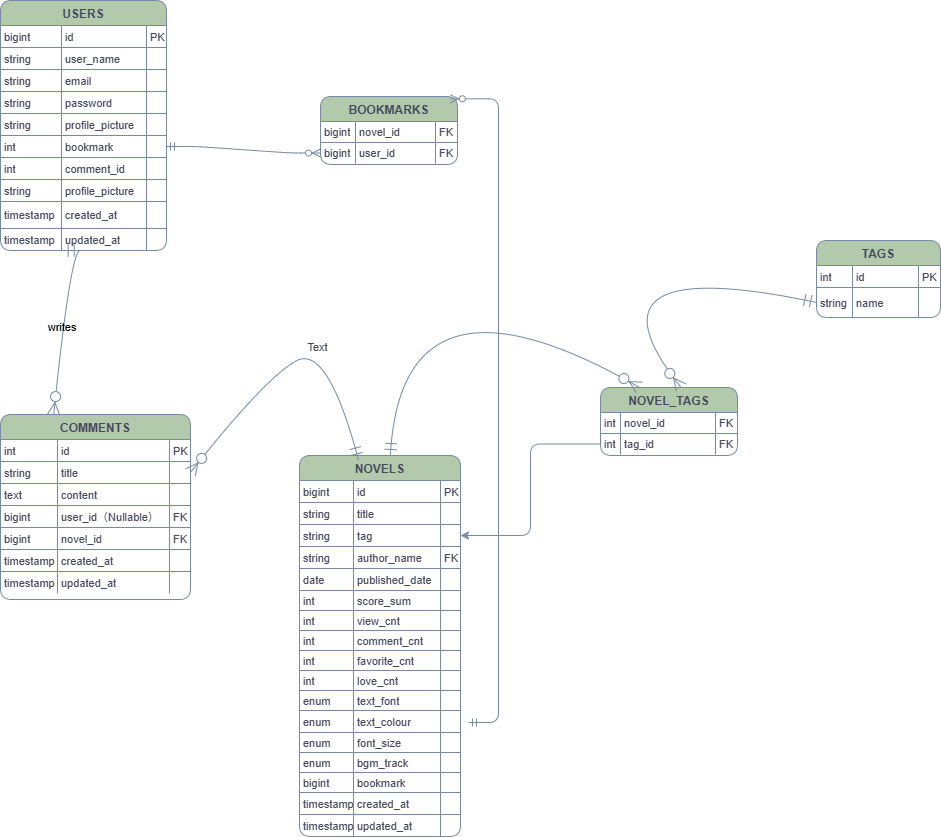
Earlier version of the draw.io export 名称未設定ファイル.drawio.png (SYSTEMA556/NOVEL). Source tidied: cells renumbered, new cells last; positions are measured from the earlier drawing's top-left corner, leaving out a move shared by most shapes.
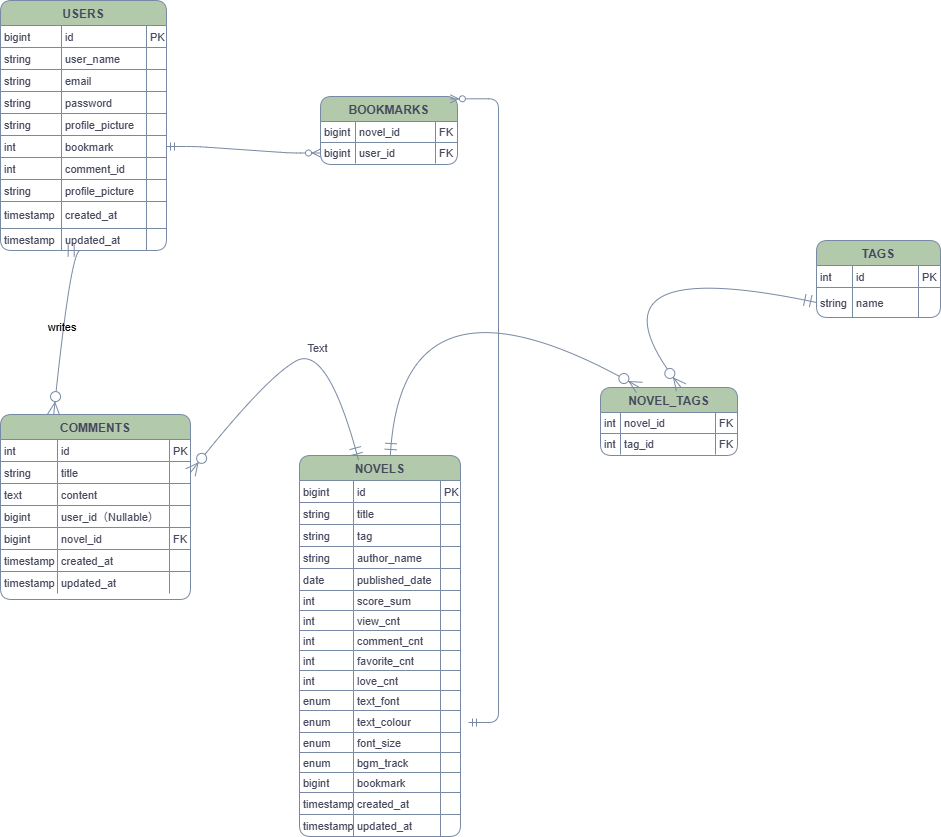
After the commit.

Commit message:
名称未設定ファイル.drawio.png を更新します

What changed in the source:
```diff
@@ -173,7 +173,7 @@
     <mxCell id="58" value="author_name" style="shape=partialRectangle;fillColor=none;top=0;left=0;bottom=0;right=0;align=left;spacingLeft=2;overflow=hidden;fontSize=11;labelBackgroundColor=none;strokeColor=#788AA3;fontColor=#46495D;rounded=1;" parent="56" vertex="1">
       <mxGeometry x="54" width="87" height="22" as="geometry" />
     </mxCell>
-    <mxCell id="59" value="FK" style="shape=partialRectangle;fillColor=none;top=0;left=0;bottom=0;right=0;align=left;spacingLeft=2;overflow=hidden;fontSize=11;labelBackgroundColor=none;strokeColor=#788AA3;fontColor=#46495D;rounded=1;" parent="56" vertex="1">
+    <mxCell id="59" style="shape=partialRectangle;fillColor=none;top=0;left=0;bottom=0;right=0;align=left;spacingLeft=2;overflow=hidden;fontSize=11;labelBackgroundColor=none;strokeColor=#788AA3;fontColor=#46495D;rounded=1;" parent="56" vertex="1">
       <mxGeometry x="141" width="20" height="22" as="geometry" />
     </mxCell>
     <mxCell id="60" style="shape=tableRow;horizontal=0;startSize=0;swimlaneHead=0;swimlaneBody=0;fillColor=none;top=0;left=0;right=0;bottom=0;labelBackgroundColor=none;strokeColor=#788AA3;fontColor=#46495D;rounded=1;" parent="43" vertex="1">
@@ -380,7 +380,7 @@
     <mxCell id="127" value="user_id（Nullable）" style="shape=partialRectangle;fillColor=none;top=0;left=0;bottom=0;right=0;align=left;spacingLeft=2;overflow=hidden;fontSize=11;labelBackgroundColor=none;strokeColor=#788AA3;fontColor=#46495D;rounded=1;" parent="125" vertex="1">
       <mxGeometry x="57" width="112" height="22" as="geometry" />
     </mxCell>
-    <mxCell id="128" value="FK" style="shape=partialRectangle;fillColor=none;top=0;left=0;bottom=0;right=0;align=left;spacingLeft=2;overflow=hidden;fontSize=11;labelBackgroundColor=none;strokeColor=#788AA3;fontColor=#46495D;rounded=1;" parent="125" vertex="1">
+    <mxCell id="128" style="shape=partialRectangle;fillColor=none;top=0;left=0;bottom=0;right=0;align=left;spacingLeft=2;overflow=hidden;fontSize=11;labelBackgroundColor=none;strokeColor=#788AA3;fontColor=#46495D;rounded=1;" parent="125" vertex="1">
       <mxGeometry x="169" width="21" height="22" as="geometry" />
     </mxCell>
     <mxCell id="129" style="shape=tableRow;horizontal=0;startSize=0;swimlaneHead=0;swimlaneBody=0;fillColor=none;top=0;left=0;right=0;bottom=0;labelBackgroundColor=none;strokeColor=#788AA3;fontColor=#46495D;rounded=1;" parent="112" vertex="1">
@@ -556,8 +556,5 @@
         </Array>
       </mxGeometry>
     </mxCell>
-    <mxCell id="175" style="edgeStyle=orthogonalEdgeStyle;rounded=1;jettySize=auto;html=1;exitX=0;exitY=0.5;exitDx=0;exitDy=0;strokeColor=#788AA3;fontColor=#46495D;fillColor=#B2C9AB;entryX=1;entryY=0.5;entryDx=0;entryDy=0;" parent="1" edge="1" source="155" target="52">
-      <mxGeometry relative="1" as="geometry" />
-    </mxCell>
   </root>
 </mxGraphModel>
```
